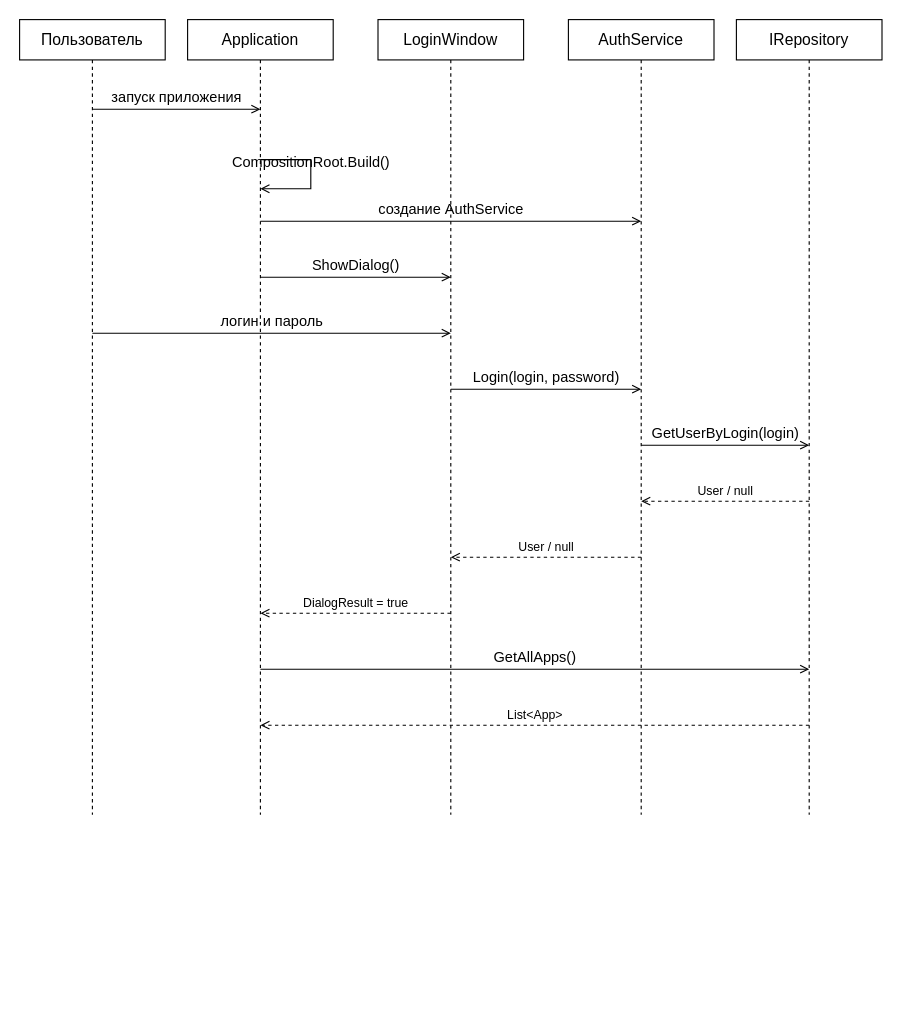
The draw.io diagram docs/UML/sequence_diagram.drawio in martim-x/AppStore, before the edit. Source tidied: cells renumbered, new cells numbered last; positions are measured from the earlier drawing's top-left corner, leaving out a move shared by most shapes. Both pictures are drawn from the tidied source at 112%, with x=0, y=0 at pixel (19, 19).
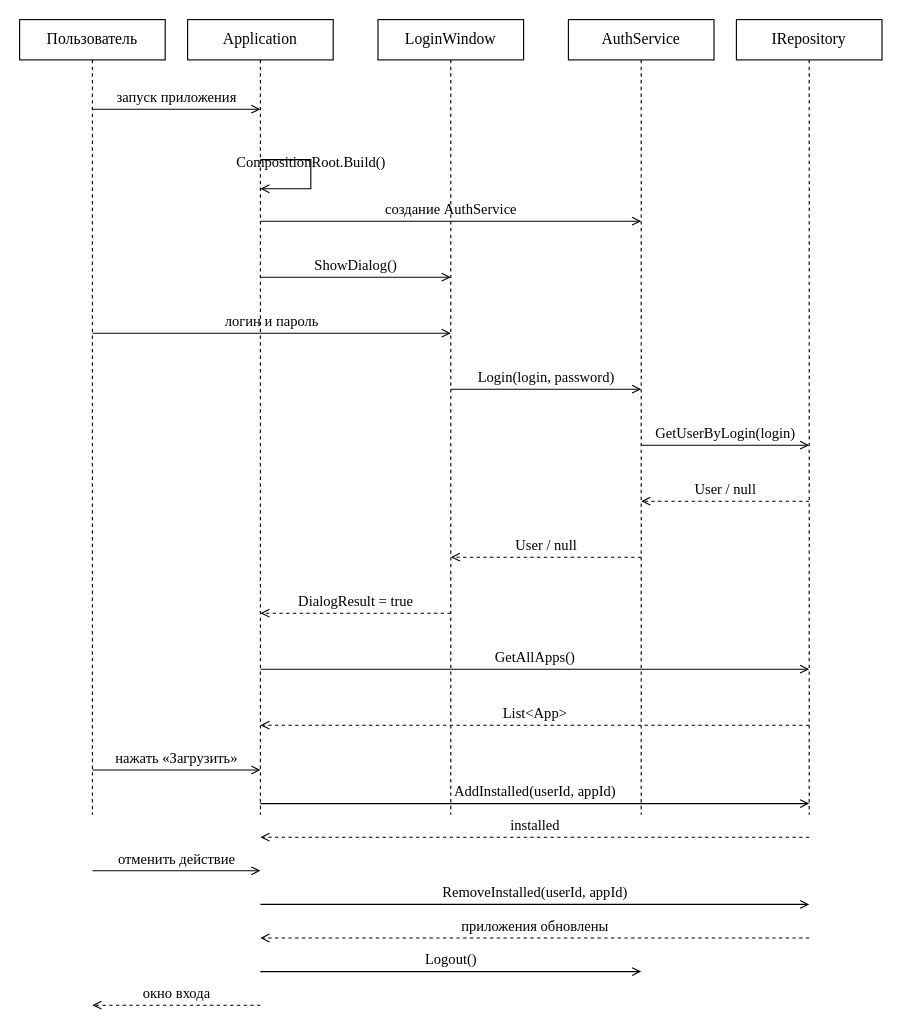
The same page after the edit.

Commit message (it also covers changes not shown here):
docs(UML): Times New Roman в диаграммах классов и последовательности

What changed in the source:
```diff
@@
-    <mxCell id="2" value="Пользователь" style="shape=umlLifeline;html=1;whiteSpace=wrap;fillColor=none;strokeColor=#000000;fontSize=14;" parent="1" vertex="1">
+    <mxCell id="2" value="Пользователь" style="shape=umlLifeline;html=1;whiteSpace=wrap;fillColor=none;strokeColor=#000000;fontSize=14;fontFamily=Times New Roman;" parent="1" vertex="1">
       <mxGeometry width="130" height="36" as="geometry" />
     </mxCell>
-    <mxCell id="3" style="endArrow=none;html=1;strokeColor=#000000;dashed=1;rounded=0;" parent="1" edge="1">
+    <mxCell id="3" style="endArrow=none;html=1;strokeColor=#000000;dashed=1;rounded=0;fontFamily=Times New Roman;fontSize=13;" parent="1" edge="1">
       <mxGeometry relative="1" as="geometry">
         <mxPoint x="65" y="36" as="sourcePoint" />
         <mxPoint x="65" y="710" as="targetPoint" />
       </mxGeometry>
     </mxCell>
-    <mxCell id="4" value="Application" style="shape=umlLifeline;html=1;whiteSpace=wrap;fillColor=none;strokeColor=#000000;fontSize=14;" parent="1" vertex="1">
+    <mxCell id="4" value="Application" style="shape=umlLifeline;html=1;whiteSpace=wrap;fillColor=none;strokeColor=#000000;fontSize=14;fontFamily=Times New Roman;" parent="1" vertex="1">
       <mxGeometry x="150" width="130" height="36" as="geometry" />
     </mxCell>
-    <mxCell id="5" style="endArrow=none;html=1;strokeColor=#000000;dashed=1;rounded=0;" parent="1" edge="1">
+    <mxCell id="5" style="endArrow=none;html=1;strokeColor=#000000;dashed=1;rounded=0;fontFamily=Times New Roman;fontSize=13;" parent="1" edge="1">
       <mxGeometry relative="1" as="geometry">
         <mxPoint x="215" y="36" as="sourcePoint" />
         <mxPoint x="215" y="710" as="targetPoint" />
       </mxGeometry>
     </mxCell>
-    <mxCell id="6" value="LoginWindow" style="shape=umlLifeline;html=1;whiteSpace=wrap;fillColor=none;strokeColor=#000000;fontSize=14;" parent="1" vertex="1">
+    <mxCell id="6" value="LoginWindow" style="shape=umlLifeline;html=1;whiteSpace=wrap;fillColor=none;strokeColor=#000000;fontSize=14;fontFamily=Times New Roman;" parent="1" vertex="1">
       <mxGeometry x="320" width="130" height="36" as="geometry" />
     </mxCell>
-    <mxCell id="7" style="endArrow=none;html=1;strokeColor=#000000;dashed=1;rounded=0;" parent="1" edge="1">
+    <mxCell id="7" style="endArrow=none;html=1;strokeColor=#000000;dashed=1;rounded=0;fontFamily=Times New Roman;fontSize=13;" parent="1" edge="1">
       <mxGeometry relative="1" as="geometry">
         <mxPoint x="385" y="36" as="sourcePoint" />
         <mxPoint x="385" y="710" as="targetPoint" />
       </mxGeometry>
     </mxCell>
-    <mxCell id="8" value="AuthService" style="shape=umlLifeline;html=1;whiteSpace=wrap;fillColor=none;strokeColor=#000000;fontSize=14;" parent="1" vertex="1">
+    <mxCell id="8" value="AuthService" style="shape=umlLifeline;html=1;whiteSpace=wrap;fillColor=none;strokeColor=#000000;fontSize=14;fontFamily=Times New Roman;" parent="1" vertex="1">
       <mxGeometry x="490" width="130" height="36" as="geometry" />
     </mxCell>
-    <mxCell id="9" style="endArrow=none;html=1;strokeColor=#000000;dashed=1;rounded=0;" parent="1" edge="1">
+    <mxCell id="9" style="endArrow=none;html=1;strokeColor=#000000;dashed=1;rounded=0;fontFamily=Times New Roman;fontSize=13;" parent="1" edge="1">
       <mxGeometry relative="1" as="geometry">
         <mxPoint x="555" y="36" as="sourcePoint" />
         <mxPoint x="555" y="710" as="targetPoint" />
       </mxGeometry>
     </mxCell>
-    <mxCell id="10" value="IRepository" style="shape=umlLifeline;html=1;whiteSpace=wrap;fillColor=none;strokeColor=#000000;fontSize=14;" parent="1" vertex="1">
+    <mxCell id="10" value="IRepository" style="shape=umlLifeline;html=1;whiteSpace=wrap;fillColor=none;strokeColor=#000000;fontSize=14;fontFamily=Times New Roman;" parent="1" vertex="1">
       <mxGeometry x="640" width="130" height="36" as="geometry" />
     </mxCell>
-    <mxCell id="11" style="endArrow=none;html=1;strokeColor=#000000;dashed=1;rounded=0;" parent="1" edge="1">
+    <mxCell id="11" style="endArrow=none;html=1;strokeColor=#000000;dashed=1;rounded=0;fontFamily=Times New Roman;fontSize=13;" parent="1" edge="1">
       <mxGeometry relative="1" as="geometry">
         <mxPoint x="705" y="36" as="sourcePoint" />
         <mxPoint x="705" y="710" as="targetPoint" />
       </mxGeometry>
     </mxCell>
-    <mxCell id="12" value="запуск приложения" style="endArrow=open;html=1;verticalAlign=bottom;strokeWidth=1;labelBackgroundColor=none;fontSize=13;rounded=0;edgeStyle=orthogonalEdgeStyle;" parent="1" edge="1">
+    <mxCell id="12" value="запуск приложения" style="endArrow=open;html=1;verticalAlign=bottom;strokeWidth=1;labelBackgroundColor=none;fontSize=13;rounded=0;edgeStyle=orthogonalEdgeStyle;fontFamily=Times New Roman;" parent="1" edge="1">
       <mxGeometry relative="1" as="geometry">
         <mxPoint x="65" y="80" as="sourcePoint" />
         <mxPoint x="215" y="80" as="targetPoint" />
       </mxGeometry>
     </mxCell>
-    <mxCell id="13" value="CompositionRoot.Build()" style="endArrow=open;html=1;verticalAlign=bottom;strokeWidth=1;labelBackgroundColor=none;fontSize=13;rounded=0;edgeStyle=orthogonalEdgeStyle;" parent="1" edge="1">
+    <mxCell id="13" value="CompositionRoot.Build()" style="endArrow=open;html=1;verticalAlign=bottom;strokeWidth=1;labelBackgroundColor=none;fontSize=13;rounded=0;edgeStyle=orthogonalEdgeStyle;fontFamily=Times New Roman;" parent="1" edge="1">
       <mxGeometry relative="1" as="geometry">
         <mxPoint x="215" y="125" as="sourcePoint" />
         <mxPoint x="215" y="151" as="targetPoint" />
         <Array as="points">
           <mxPoint x="260" y="125" />
           <mxPoint x="260" y="151" />
         </Array>
       </mxGeometry>
     </mxCell>
-    <mxCell id="14" value="создание AuthService" style="endArrow=open;html=1;verticalAlign=bottom;strokeWidth=1;labelBackgroundColor=none;fontSize=13;rounded=0;edgeStyle=orthogonalEdgeStyle;" parent="1" edge="1">
+    <mxCell id="14" value="создание AuthService" style="endArrow=open;html=1;verticalAlign=bottom;strokeWidth=1;labelBackgroundColor=none;fontSize=13;rounded=0;edgeStyle=orthogonalEdgeStyle;fontFamily=Times New Roman;" parent="1" edge="1">
       <mxGeometry relative="1" as="geometry">
         <mxPoint x="215" y="180" as="sourcePoint" />
         <mxPoint x="555" y="180" as="targetPoint" />
       </mxGeometry>
     </mxCell>
-    <mxCell id="15" value="ShowDialog()" style="endArrow=open;html=1;verticalAlign=bottom;strokeWidth=1;labelBackgroundColor=none;fontSize=13;rounded=0;edgeStyle=orthogonalEdgeStyle;" parent="1" edge="1">
+    <mxCell id="15" value="ShowDialog()" style="endArrow=open;html=1;verticalAlign=bottom;strokeWidth=1;labelBackgroundColor=none;fontSize=13;rounded=0;edgeStyle=orthogonalEdgeStyle;fontFamily=Times New Roman;" parent="1" edge="1">
       <mxGeometry relative="1" as="geometry">
         <mxPoint x="215" y="230" as="sourcePoint" />
         <mxPoint x="385" y="230" as="targetPoint" />
       </mxGeometry>
     </mxCell>
-    <mxCell id="16" value="логин и пароль" style="endArrow=open;html=1;verticalAlign=bottom;strokeWidth=1;labelBackgroundColor=none;fontSize=13;rounded=0;edgeStyle=orthogonalEdgeStyle;" parent="1" edge="1">
+    <mxCell id="16" value="логин и пароль" style="endArrow=open;html=1;verticalAlign=bottom;strokeWidth=1;labelBackgroundColor=none;fontSize=13;rounded=0;edgeStyle=orthogonalEdgeStyle;fontFamily=Times New Roman;" parent="1" edge="1">
       <mxGeometry relative="1" as="geometry">
         <mxPoint x="65" y="280" as="sourcePoint" />
         <mxPoint x="385" y="280" as="targetPoint" />
       </mxGeometry>
     </mxCell>
-    <mxCell id="17" value="Login(login, password)" style="endArrow=open;html=1;verticalAlign=bottom;strokeWidth=1;labelBackgroundColor=none;fontSize=13;rounded=0;edgeStyle=orthogonalEdgeStyle;" parent="1" edge="1">
+    <mxCell id="17" value="Login(login, password)" style="endArrow=open;html=1;verticalAlign=bottom;strokeWidth=1;labelBackgroundColor=none;fontSize=13;rounded=0;edgeStyle=orthogonalEdgeStyle;fontFamily=Times New Roman;" parent="1" edge="1">
       <mxGeometry relative="1" as="geometry">
         <mxPoint x="385" y="330" as="sourcePoint" />
         <mxPoint x="555" y="330" as="targetPoint" />
       </mxGeometry>
     </mxCell>
-    <mxCell id="18" value="GetUserByLogin(login)" style="endArrow=open;html=1;verticalAlign=bottom;strokeWidth=1;labelBackgroundColor=none;fontSize=13;rounded=0;edgeStyle=orthogonalEdgeStyle;" parent="1" edge="1">
+    <mxCell id="18" value="GetUserByLogin(login)" style="endArrow=open;html=1;verticalAlign=bottom;strokeWidth=1;labelBackgroundColor=none;fontSize=13;rounded=0;edgeStyle=orthogonalEdgeStyle;fontFamily=Times New Roman;" parent="1" edge="1">
       <mxGeometry relative="1" as="geometry">
         <mxPoint x="555" y="380" as="sourcePoint" />
         <mxPoint x="705" y="380" as="targetPoint" />
       </mxGeometry>
     </mxCell>
-    <mxCell id="19" value="User / null" style="endArrow=open;html=1;verticalAlign=bottom;dashed=1;strokeColor=#000000;rounded=0;edgeStyle=orthogonalEdgeStyle;" parent="1" edge="1">
+    <mxCell id="19" value="User / null" style="endArrow=open;html=1;verticalAlign=bottom;dashed=1;strokeColor=#000000;rounded=0;edgeStyle=orthogonalEdgeStyle;fontFamily=Times New Roman;fontSize=13;" parent="1" edge="1">
       <mxGeometry relative="1" as="geometry">
         <mxPoint x="705" y="430" as="sourcePoint" />
         <mxPoint x="555" y="430" as="targetPoint" />
       </mxGeometry>
     </mxCell>
-    <mxCell id="20" value="User / null" style="endArrow=open;html=1;verticalAlign=bottom;dashed=1;strokeColor=#000000;rounded=0;edgeStyle=orthogonalEdgeStyle;" parent="1" edge="1">
+    <mxCell id="20" value="User / null" style="endArrow=open;html=1;verticalAlign=bottom;dashed=1;strokeColor=#000000;rounded=0;edgeStyle=orthogonalEdgeStyle;fontFamily=Times New Roman;fontSize=13;" parent="1" edge="1">
       <mxGeometry relative="1" as="geometry">
         <mxPoint x="555" y="480" as="sourcePoint" />
         <mxPoint x="385" y="480" as="targetPoint" />
       </mxGeometry>
     </mxCell>
-    <mxCell id="21" value="DialogResult = true" style="endArrow=open;html=1;verticalAlign=bottom;dashed=1;strokeColor=#000000;rounded=0;edgeStyle=orthogonalEdgeStyle;" parent="1" edge="1">
+    <mxCell id="21" value="DialogResult = true" style="endArrow=open;html=1;verticalAlign=bottom;dashed=1;strokeColor=#000000;rounded=0;edgeStyle=orthogonalEdgeStyle;fontFamily=Times New Roman;fontSize=13;" parent="1" edge="1">
       <mxGeometry relative="1" as="geometry">
         <mxPoint x="385" y="530" as="sourcePoint" />
         <mxPoint x="215" y="530" as="targetPoint" />
       </mxGeometry>
     </mxCell>
-    <mxCell id="22" value="GetAllApps()" style="endArrow=open;html=1;verticalAlign=bottom;strokeWidth=1;labelBackgroundColor=none;fontSize=13;rounded=0;edgeStyle=orthogonalEdgeStyle;" parent="1" edge="1">
+    <mxCell id="22" value="GetAllApps()" style="endArrow=open;html=1;verticalAlign=bottom;strokeWidth=1;labelBackgroundColor=none;fontSize=13;rounded=0;edgeStyle=orthogonalEdgeStyle;fontFamily=Times New Roman;" parent="1" edge="1">
       <mxGeometry relative="1" as="geometry">
         <mxPoint x="215" y="580" as="sourcePoint" />
         <mxPoint x="705" y="580" as="targetPoint" />
       </mxGeometry>
     </mxCell>
-    <mxCell id="23" value="List&amp;lt;App&amp;gt;" style="endArrow=open;html=1;verticalAlign=bottom;dashed=1;strokeColor=#000000;rounded=0;edgeStyle=orthogonalEdgeStyle;" parent="1" edge="1">
+    <mxCell id="23" value="List&amp;lt;App&amp;gt;" style="endArrow=open;html=1;verticalAlign=bottom;dashed=1;strokeColor=#000000;rounded=0;edgeStyle=orthogonalEdgeStyle;fontFamily=Times New Roman;fontSize=13;" parent="1" edge="1">
       <mxGeometry relative="1" as="geometry">
         <mxPoint x="705" y="630" as="sourcePoint" />
         <mxPoint x="215" y="630" as="targetPoint" />
       </mxGeometry>
     </mxCell>
+    <mxCell id="24" value="нажать «Загрузить»" style="endArrow=open;html=1;verticalAlign=bottom;strokeWidth=1;labelBackgroundColor=none;fontSize=13;rounded=0;edgeStyle=orthogonalEdgeStyle;fontFamily=Times New Roman;" parent="1" edge="1">
+      <mxGeometry relative="1" as="geometry">
+        <mxPoint x="65" y="670" as="sourcePoint" />
+        <mxPoint x="215" y="670" as="targetPoint" />
+      </mxGeometry>
+    </mxCell>
+    <mxCell id="25" value="AddInstalled(userId, appId)" style="endArrow=open;html=1;verticalAlign=bottom;strokeWidth=1;labelBackgroundColor=none;fontSize=13;rounded=0;edgeStyle=orthogonalEdgeStyle;fontFamily=Times New Roman;" parent="1" edge="1">
+      <mxGeometry relative="1" as="geometry">
+        <mxPoint x="215" y="700" as="sourcePoint" />
+        <mxPoint x="705" y="700" as="targetPoint" />
+      </mxGeometry>
+    </mxCell>
+    <mxCell id="26" value="installed" style="endArrow=open;html=1;verticalAlign=bottom;strokeWidth=1;labelBackgroundColor=none;fontSize=13;rounded=0;edgeStyle=orthogonalEdgeStyle;fontFamily=Times New Roman;dashed=1;strokeColor=#000000;" parent="1" edge="1">
+      <mxGeometry relative="1" as="geometry">
+        <mxPoint x="705" y="730" as="sourcePoint" />
+        <mxPoint x="215" y="730" as="targetPoint" />
+      </mxGeometry>
+    </mxCell>
+    <mxCell id="27" value="отменить действие" style="endArrow=open;html=1;verticalAlign=bottom;strokeWidth=1;labelBackgroundColor=none;fontSize=13;rounded=0;edgeStyle=orthogonalEdgeStyle;fontFamily=Times New Roman;" parent="1" edge="1">
+      <mxGeometry relative="1" as="geometry">
+        <mxPoint x="65" y="760" as="sourcePoint" />
+        <mxPoint x="215" y="760" as="targetPoint" />
+      </mxGeometry>
+    </mxCell>
+    <mxCell id="28" value="RemoveInstalled(userId, appId)" style="endArrow=open;html=1;verticalAlign=bottom;strokeWidth=1;labelBackgroundColor=none;fontSize=13;rounded=0;edgeStyle=orthogonalEdgeStyle;fontFamily=Times New Roman;" parent="1" edge="1">
+      <mxGeometry relative="1" as="geometry">
+        <mxPoint x="215" y="790" as="sourcePoint" />
+        <mxPoint x="705" y="790" as="targetPoint" />
+      </mxGeometry>
+    </mxCell>
+    <mxCell id="29" value="приложения обновлены" style="endArrow=open;html=1;verticalAlign=bottom;strokeWidth=1;labelBackgroundColor=none;fontSize=13;rounded=0;edgeStyle=orthogonalEdgeStyle;fontFamily=Times New Roman;dashed=1;strokeColor=#000000;" parent="1" edge="1">
+      <mxGeometry relative="1" as="geometry">
+        <mxPoint x="705" y="820" as="sourcePoint" />
+        <mxPoint x="215" y="820" as="targetPoint" />
+      </mxGeometry>
+    </mxCell>
+    <mxCell id="30" value="Logout()" style="endArrow=open;html=1;verticalAlign=bottom;strokeWidth=1;labelBackgroundColor=none;fontSize=13;rounded=0;edgeStyle=orthogonalEdgeStyle;fontFamily=Times New Roman;" parent="1" edge="1">
+      <mxGeometry relative="1" as="geometry">
+        <mxPoint x="215" y="850" as="sourcePoint" />
+        <mxPoint x="555" y="850" as="targetPoint" />
+      </mxGeometry>
+    </mxCell>
+    <mxCell id="31" value="окно входа" style="endArrow=open;html=1;verticalAlign=bottom;strokeWidth=1;labelBackgroundColor=none;fontSize=13;rounded=0;edgeStyle=orthogonalEdgeStyle;fontFamily=Times New Roman;dashed=1;strokeColor=#000000;" parent="1" edge="1">
+      <mxGeometry relative="1" as="geometry">
+        <mxPoint x="215" y="880" as="sourcePoint" />
+        <mxPoint x="65" y="880" as="targetPoint" />
+      </mxGeometry>
+    </mxCell>
```
